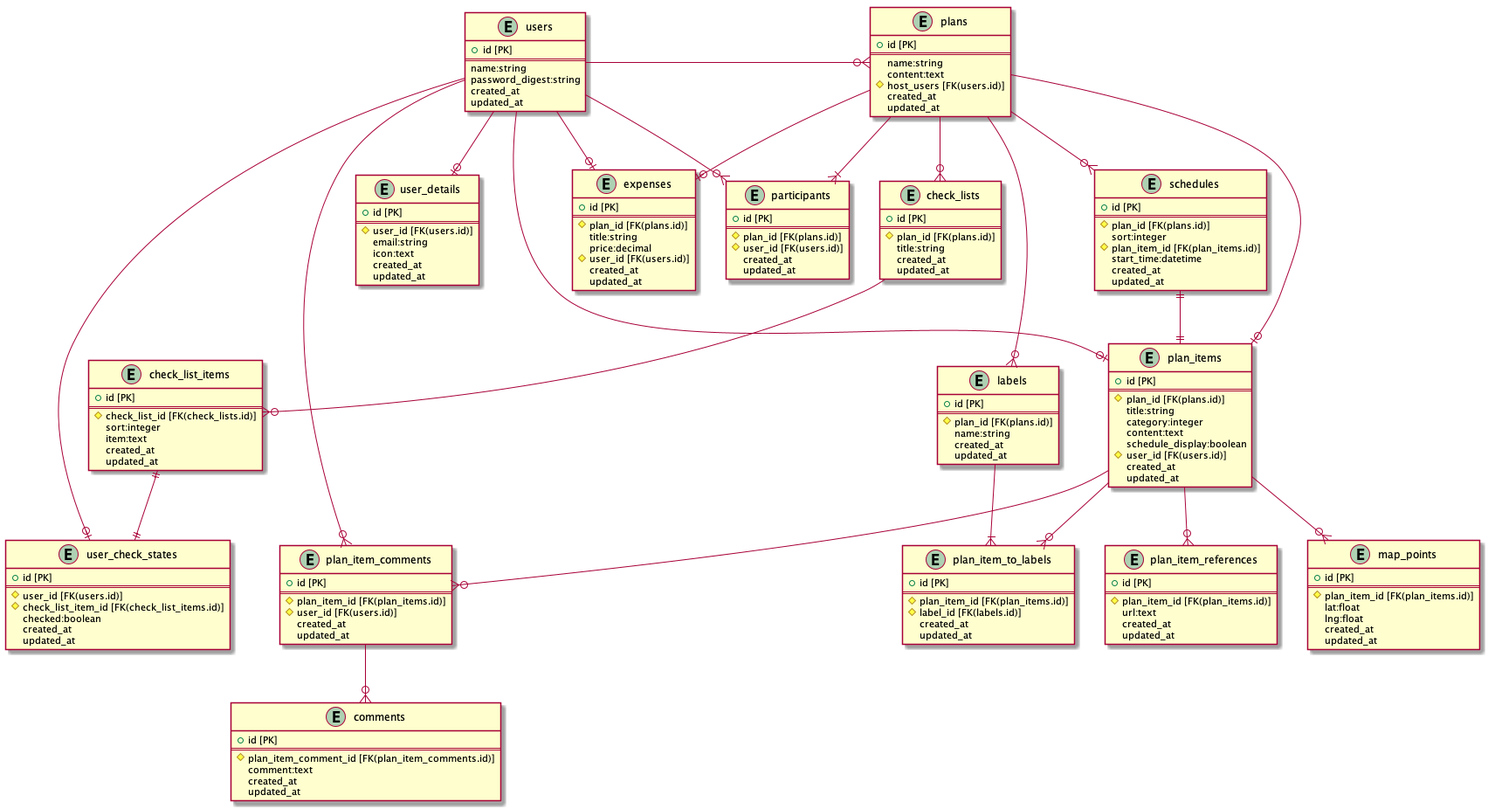
missyu3/our_trip keeps this PlantUML diagram as doc/table/EntityRelationship.png. Above is the earlier version. Its diagram source:
```plantuml
@startuml EntityRelationship
entity "users" {
    + id [PK]
    ==
    name:string
    password_digest:string
    created_at
    updated_at
}

entity "user_details" {
    + id [PK]
    ==
    # user_id [FK(users.id)]
    email:string
    icon:text
    created_at
    updated_at
}

entity "participants" {
    + id [PK]
    ==
    # plan_id [FK(plans.id)]
    # user_id [FK(users.id)]
    created_at
    updated_at
}

entity "plans" {
    + id [PK]
    ==
    name:string
    content:text
    # host_users [FK(users.id)]
    created_at
    updated_at
}

entity "schedules" {
    + id [PK]
    ==
    # plan_id [FK(plans.id)]
    sort:integer
    # plan_item_id [FK(plan_items.id)]
    start_time:datetime
    created_at
    updated_at
}


entity "plan_items" {
    + id [PK]
    ==
    # plan_id [FK(plans.id)]
    title:string
    category:integer
    content:text
    schedule_display:boolean
    # user_id [FK(users.id)]
    created_at
    updated_at
}

entity "labels" {
    + id [PK]
    ==
    # plan_id [FK(plans.id)]
    name:string
    created_at
    updated_at
}

entity "plan_item_to_labels" {
    + id [PK]
    ==
    # plan_item_id [FK(plan_items.id)]
    # label_id [FK(labels.id)]
    created_at
    updated_at
}

entity "plan_item_references" {
    + id [PK]
    ==
    # plan_item_id [FK(plan_items.id)]
    url:text
    created_at
    updated_at
}

entity "map_points" {
    + id [PK]
    ==
    # plan_item_id [FK(plan_items.id)]
    lat:float
    lng:float
    created_at
    updated_at
}

entity "check_lists" {
    + id [PK]
    ==
    # plan_id [FK(plans.id)]
    title:string
    created_at
    updated_at
}

entity "check_list_items" {
    + id [PK]
    ==
    # check_list_id [FK(check_lists.id)]
    sort:integer
    item:text
    created_at
    updated_at
}

entity "user_check_states" {
    + id [PK]
    ==
    # user_id [FK(users.id)]
    # check_list_item_id [FK(check_list_items.id)]
    checked:boolean
    created_at
    updated_at
}

entity "expenses" {
    + id [PK]
    ==
    # plan_id [FK(plans.id)]
    title:string
    price:decimal
    # user_id [FK(users.id)]
    created_at
    updated_at
}

entity "plan_item_comments" {
    + id [PK]
    ==
    # plan_item_id [FK(plan_items.id)]
    # user_id [FK(users.id)]
    created_at
    updated_at
}

entity "comments" {
    + id [PK]
    ==
    # plan_item_comment_id [FK(plan_item_comments.id)]
    comment:text
    created_at
    updated_at
}


users --o| user_details
users --right--o{ plans
users --o{ participants
users --o| user_check_states
users --o| plan_items
users --o| expenses
users --o{ plan_item_comments
plans --o{ schedules
plans --o| expenses
plans --o| plan_items
plans --o{ labels
plans --|{ participants
plans --o{ check_lists
schedules ||--|| plan_items
check_lists --o{ check_list_items
check_list_items ||--|| user_check_states
plan_items --o{ plan_item_comments
plan_items --o{ plan_item_references
plan_items --o{ map_points
plan_items --o{ plan_item_to_labels
labels --|{ plan_item_to_labels
plan_item_comments --o{ comments

@enduml
```
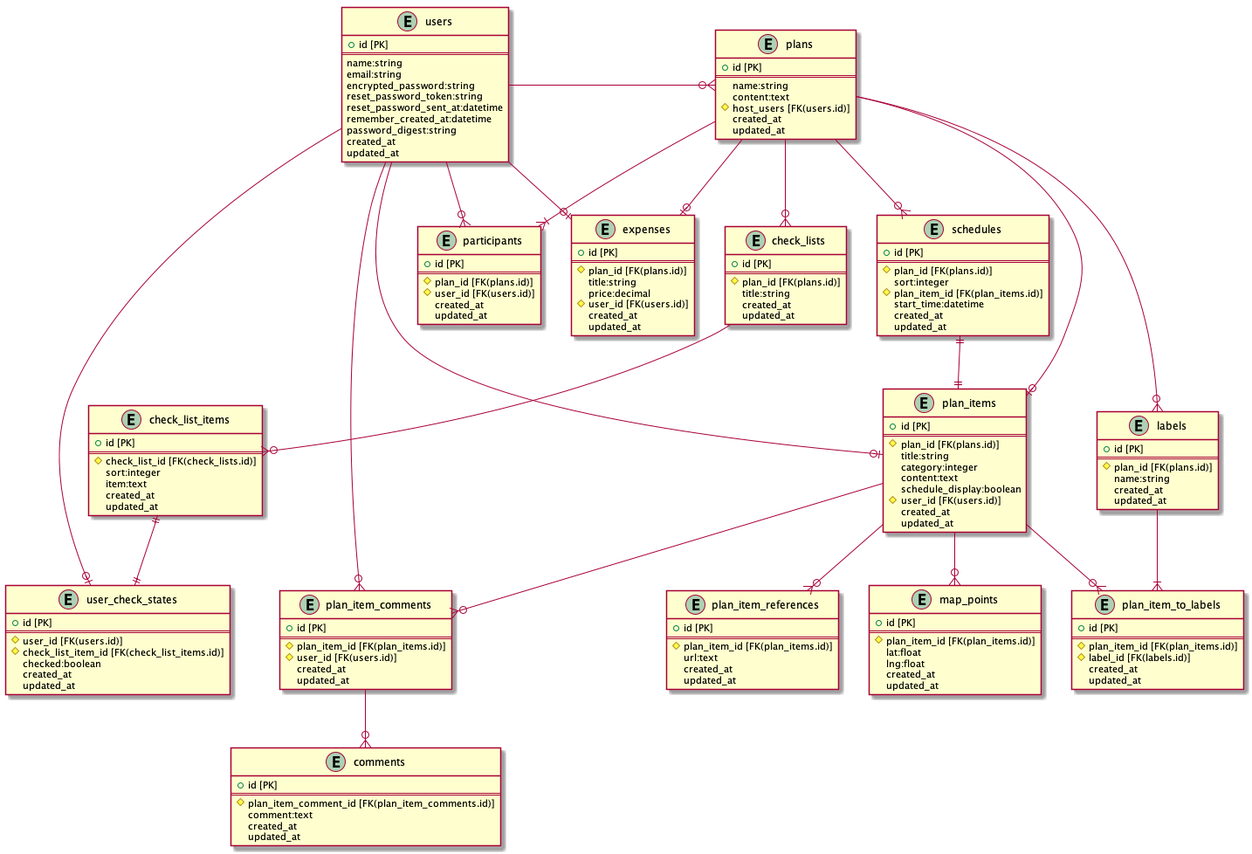
Later version of the same file.

Commit message:
Fix Table定義を出力

Diff of the diagram source:
```diff
@@ -3,17 +3,12 @@
     + id [PK]
     ==
     name:string
+    email:string
+    encrypted_password:string
+    reset_password_token:string
+    reset_password_sent_at:datetime
+    remember_created_at:datetime
     password_digest:string
-    created_at
-    updated_at
-}
-
-entity "user_details" {
-    + id [PK]
-    ==
-    # user_id [FK(users.id)]
-    email:string
-    icon:text
     created_at
     updated_at
 }
@@ -158,7 +153,6 @@
 }
 
 
-users --o| user_details
 users --right--o{ plans
 users --o{ participants
 users --o| user_check_states
```
